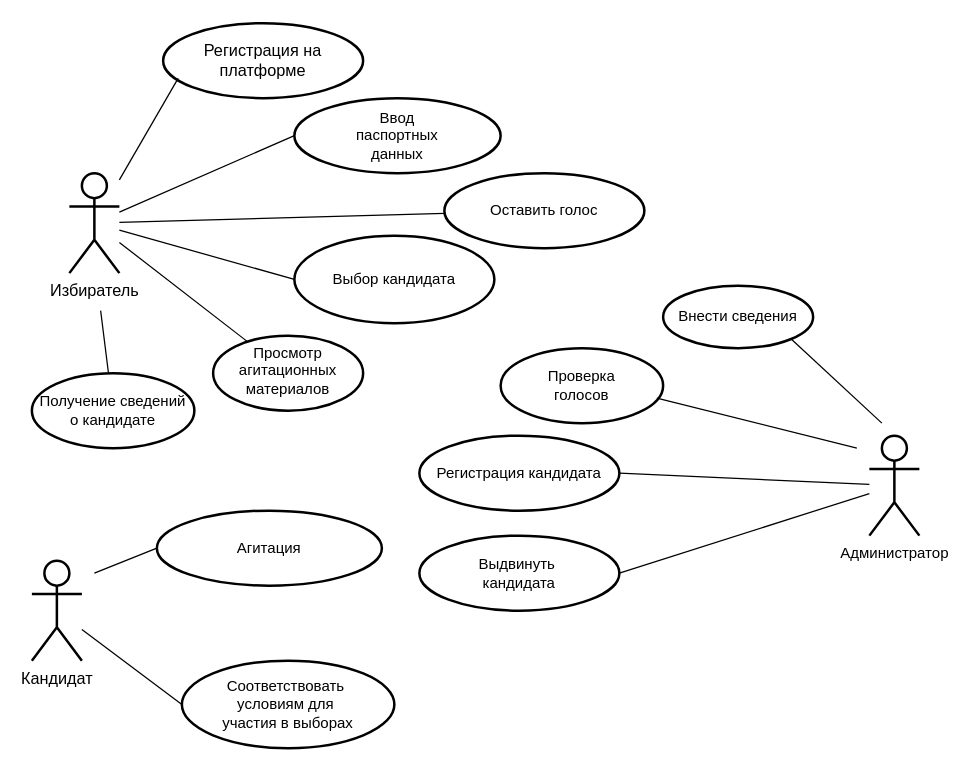
Earlier version of the draw.io diagram use case.drawio (aleksey899/Inter.MixAN). Source tidied: cells renumbered, new cells numbered last; positions are measured from the earlier drawing's top-left corner, leaving out a move shared by most shapes. Both pictures are drawn from the tidied source at 125%, with x=0, y=0 at pixel (31, 22).
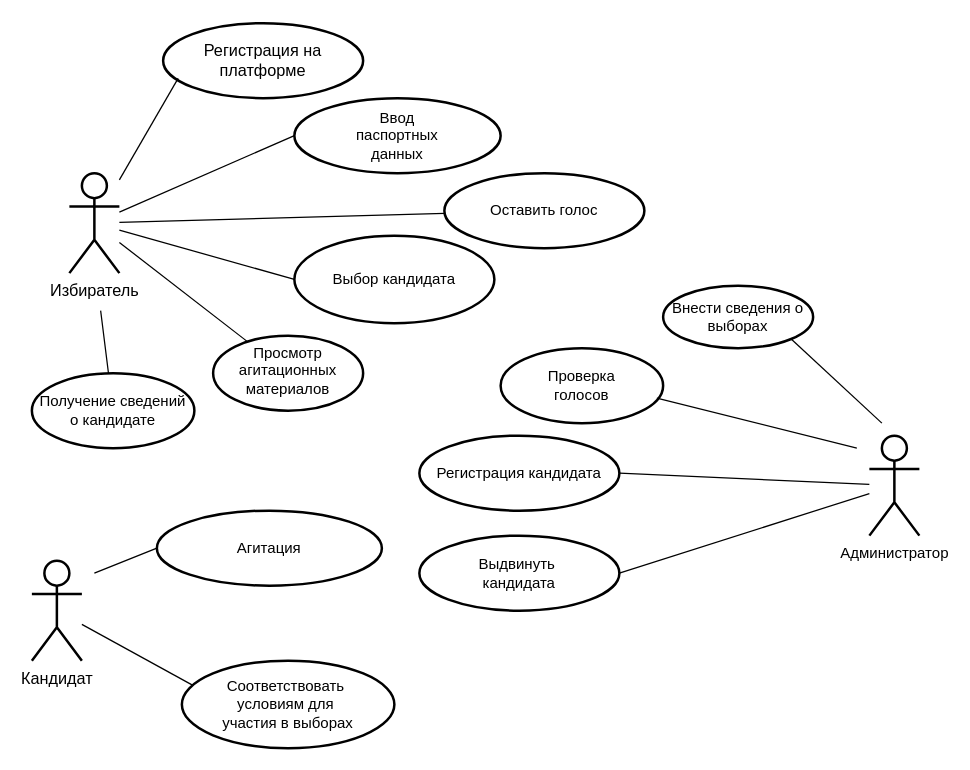
After the change.

Unchanged cells that the change refers to:
```xml
<mxCell id="5" value="&lt;font style=&quot;font-size: 13px&quot;&gt;Кандидат&lt;/font&gt;" style="shape=umlActor;verticalLabelPosition=bottom;verticalAlign=top;html=1;outlineConnect=0;strokeWidth=2;" parent="1" vertex="1">
  <mxGeometry y="430" width="40" height="80" as="geometry" />
</mxCell>
<mxCell id="22" value="Соответствовать&amp;nbsp;&lt;br&gt;&lt;font&gt;условиям для&amp;nbsp;&lt;br&gt;&lt;/font&gt;&lt;font&gt;участия в выборах&lt;/font&gt;" style="ellipse;whiteSpace=wrap;html=1;strokeWidth=2;" parent="1" vertex="1">
  <mxGeometry x="120" y="510" width="170" height="70" as="geometry" />
</mxCell>
```

The edit, as a diff of the source:
```diff
@@
-    <mxCell id="23" style="endArrow=none;html=1;entryX=0;entryY=0.5;entryDx=0;entryDy=0;" parent="1" edge="1" source="5" target="22">
+    <mxCell id="23" style="endArrow=none;html=1;entryX=0.052;entryY=0.283;entryDx=0;entryDy=0;entryPerimeter=0;" parent="1" edge="1" source="5" target="22">
       <mxGeometry relative="1" as="geometry" />
     </mxCell>
@@
-    <mxCell id="27" value="Внести сведения" style="ellipse;whiteSpace=wrap;html=1;strokeWidth=2;" parent="1" vertex="1">
+    <mxCell id="27" value="Внести сведения о&lt;br&gt;выборах" style="ellipse;whiteSpace=wrap;html=1;strokeWidth=2;" parent="1" vertex="1">
       <mxGeometry x="505" y="210" width="120" height="50" as="geometry" />
     </mxCell>
```
